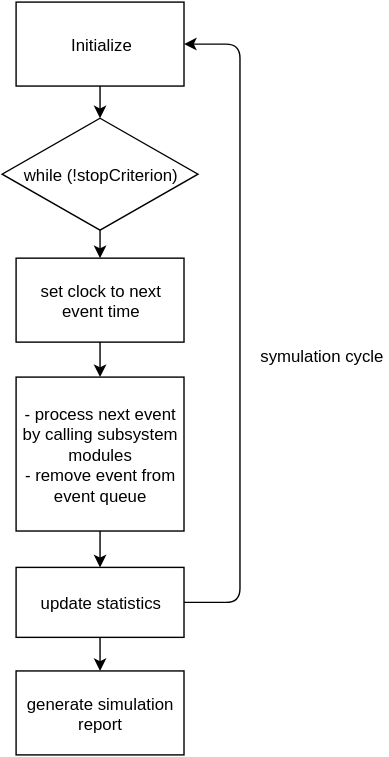
Earlier version of the draw.io export pelican/content/images/systemc_simulation_engine.svg (LukasWoodtli/WebPage). Source tidied: cells renumbered, new cells last; positions are measured from the earlier drawing's top-left corner, leaving out a move shared by most shapes.
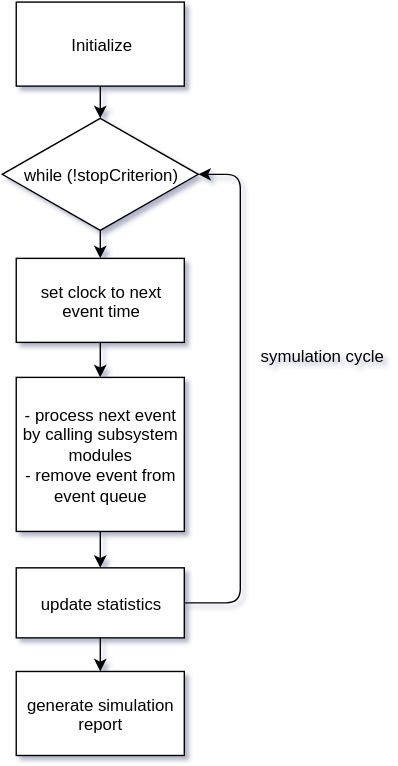
Above is the later version.

Commit message:
Fix flowchart for SystemC simulation kernel

What changed in the source:
```diff
@@ -35,11 +35,11 @@
     <mxCell id="12" style="endArrow=classic;html=1;exitX=0.5;exitY=1;entryX=0.5;entryY=0;" parent="1" edge="1" source="8" target="9">
       <mxGeometry relative="1" as="geometry" />
     </mxCell>
-    <mxCell id="13" style="endArrow=classic;html=1;exitX=1;exitY=0.5;entryX=1;entryY=0.5;" parent="1" edge="1" source="8" target="2">
+    <mxCell id="13" style="endArrow=classic;html=1;exitX=1;exitY=0.5;entryX=1;entryY=0.5;" parent="1" edge="1" source="8" target="3">
       <mxGeometry relative="1" as="geometry">
         <Array as="points">
           <mxPoint x="170" y="429" />
-          <mxPoint x="170" y="30" />
+          <mxPoint x="170" y="123" />
         </Array>
       </mxGeometry>
     </mxCell>
```
